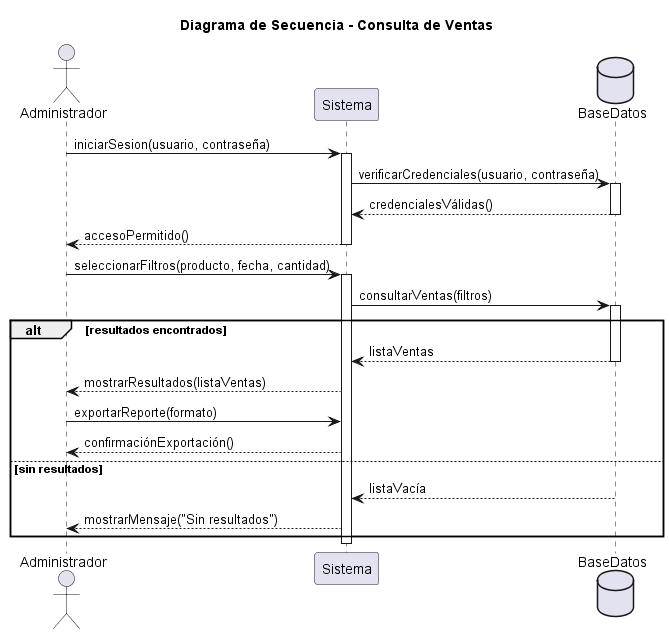
Luci1274/plant keeps this PlantUML diagram as Final_ing2/out/Diagrama_secuencia_Gonzalez_consultar_ventas/Diagrama_secuencia_Gonzalez_consultar_ventas.png. Above is the earlier version.
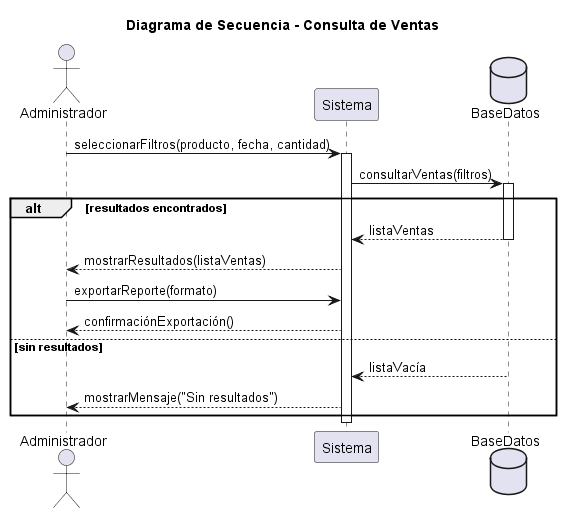
The same file after the commit.

Change to the diagram source:
```diff
@@ -4,15 +4,6 @@
 actor Administrador
 participant Sistema
 database BaseDatos
-
-Administrador -> Sistema : iniciarSesion(usuario, contraseña)
-activate Sistema
-Sistema -> BaseDatos : verificarCredenciales(usuario, contraseña)
-activate BaseDatos
-BaseDatos --> Sistema : credencialesVálidas()
-deactivate BaseDatos
-Sistema --> Administrador : accesoPermitido()
-deactivate Sistema
 
 Administrador -> Sistema : seleccionarFiltros(producto, fecha, cantidad)
 activate Sistema
```
